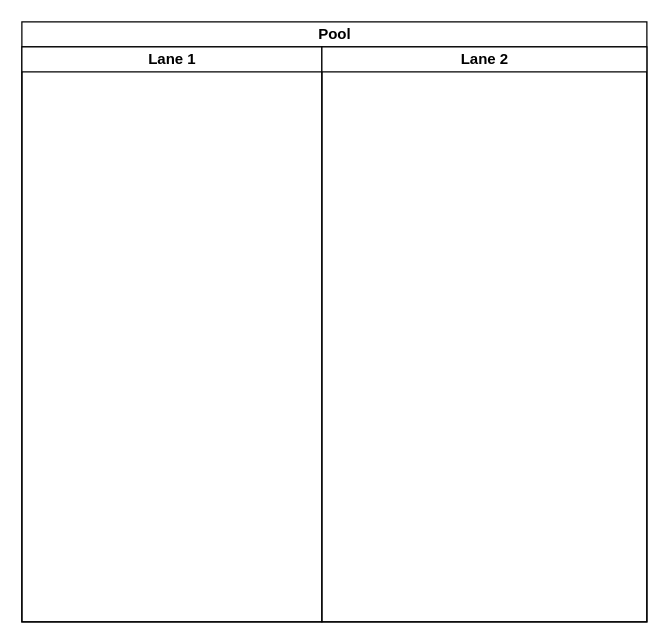
This is 消费分析与建议活动图.drawio from PomeloLemon/SoftwareDiagrams, a draw.io file, before an edit. Source tidied: cells renumbered, new cells numbered last; positions are measured from the earlier drawing's top-left corner, leaving out a move shared by most shapes. Both pictures are drawn from the tidied source at 125%, with x=0, y=0 at pixel (21, 21).
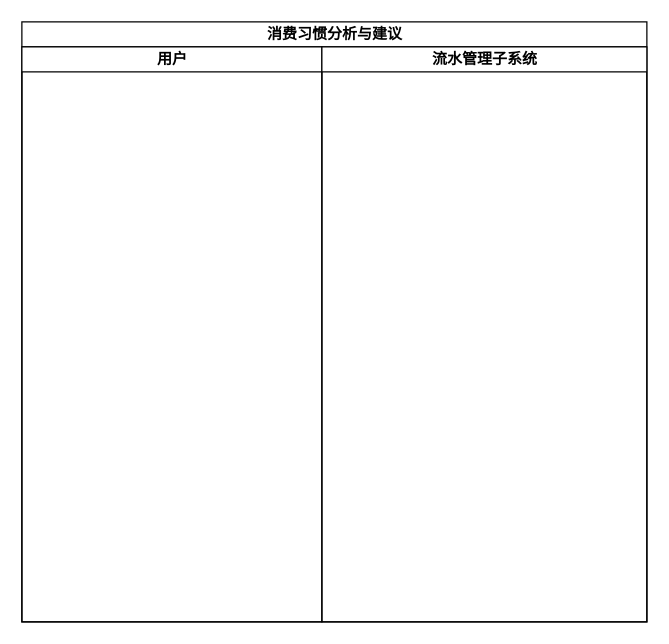
Above is the later version.

Commit message (it also covers changes not shown here):
更新消费分析与建议活动图.drawio

The edit, as a diff of the source:
```diff
@@
 <mxGraphModel>
   <root>
     <mxCell id="0" />
     <mxCell id="1" parent="0" />
-    <mxCell id="2" value="Pool" style="swimlane;startSize=20;html=1;" parent="1" vertex="1">
+    <mxCell id="2" value="消费习惯分析与建议" style="swimlane;startSize=20;html=1;" parent="1" vertex="1">
       <mxGeometry width="500" height="480" as="geometry" />
     </mxCell>
-    <mxCell id="3" value="Lane 1" style="swimlane;startSize=20;html=1;" parent="2" vertex="1">
+    <mxCell id="3" value="用户" style="swimlane;startSize=20;html=1;" parent="2" vertex="1">
       <mxGeometry y="20" width="240" height="460" as="geometry" />
     </mxCell>
-    <mxCell id="4" value="Lane 2" style="swimlane;startSize=20;html=1;" parent="2" vertex="1">
+    <mxCell id="4" value="流水管理子系统" style="swimlane;startSize=20;html=1;" parent="2" vertex="1">
       <mxGeometry x="240" y="20" width="260" height="460" as="geometry" />
     </mxCell>
   </root>
 </mxGraphModel>
```
